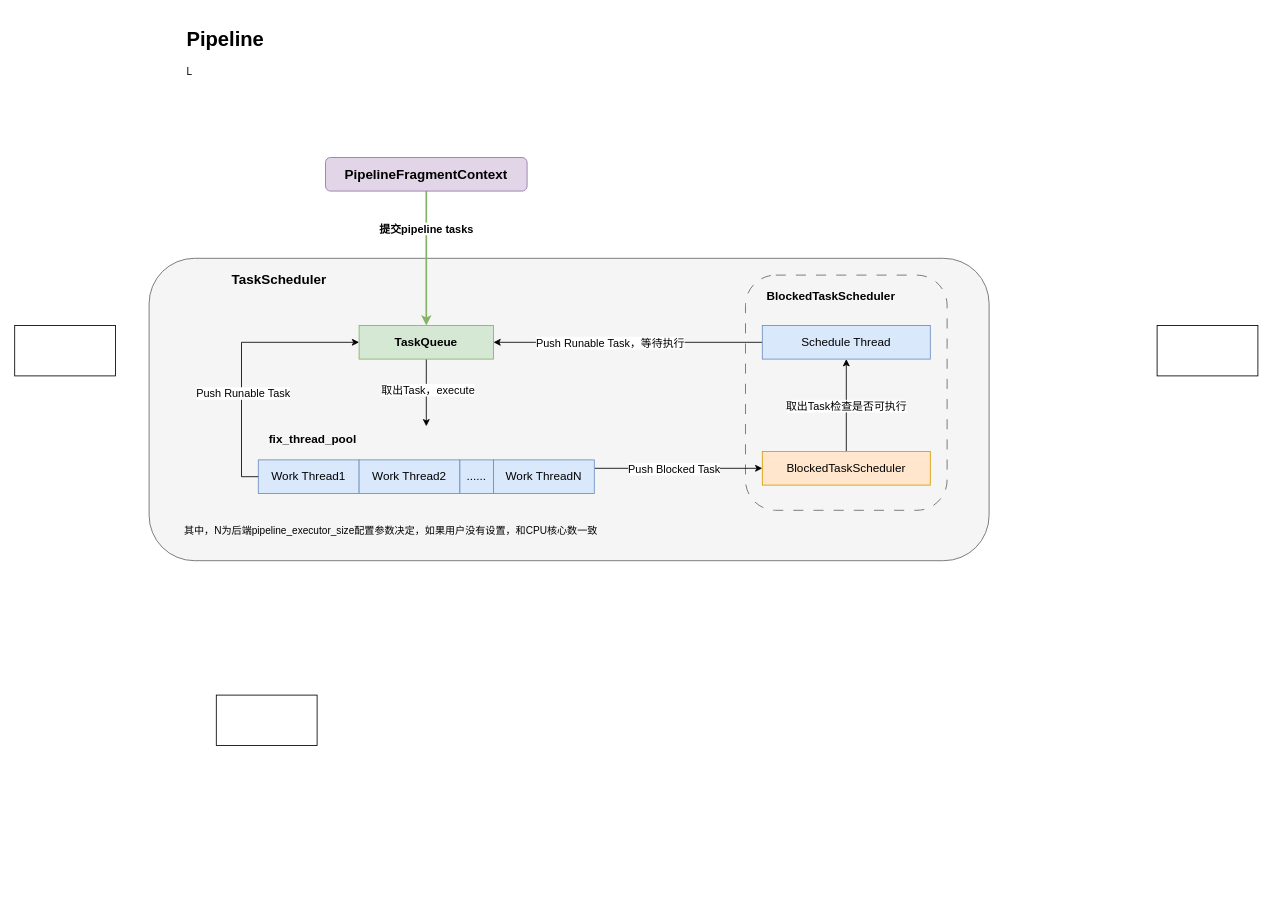
Above: page "Doris" (13 of 13) of Draw.io/DB.drawio in DepInjoy/geektime (draw.io), before the change. Source tidied: cells renumbered, new cells numbered last; positions are measured from the earlier drawing's top-left corner, leaving out a move shared by most shapes. Both pictures are drawn from the tidied source at 84%, with x=0, y=0 at pixel (14, 23).
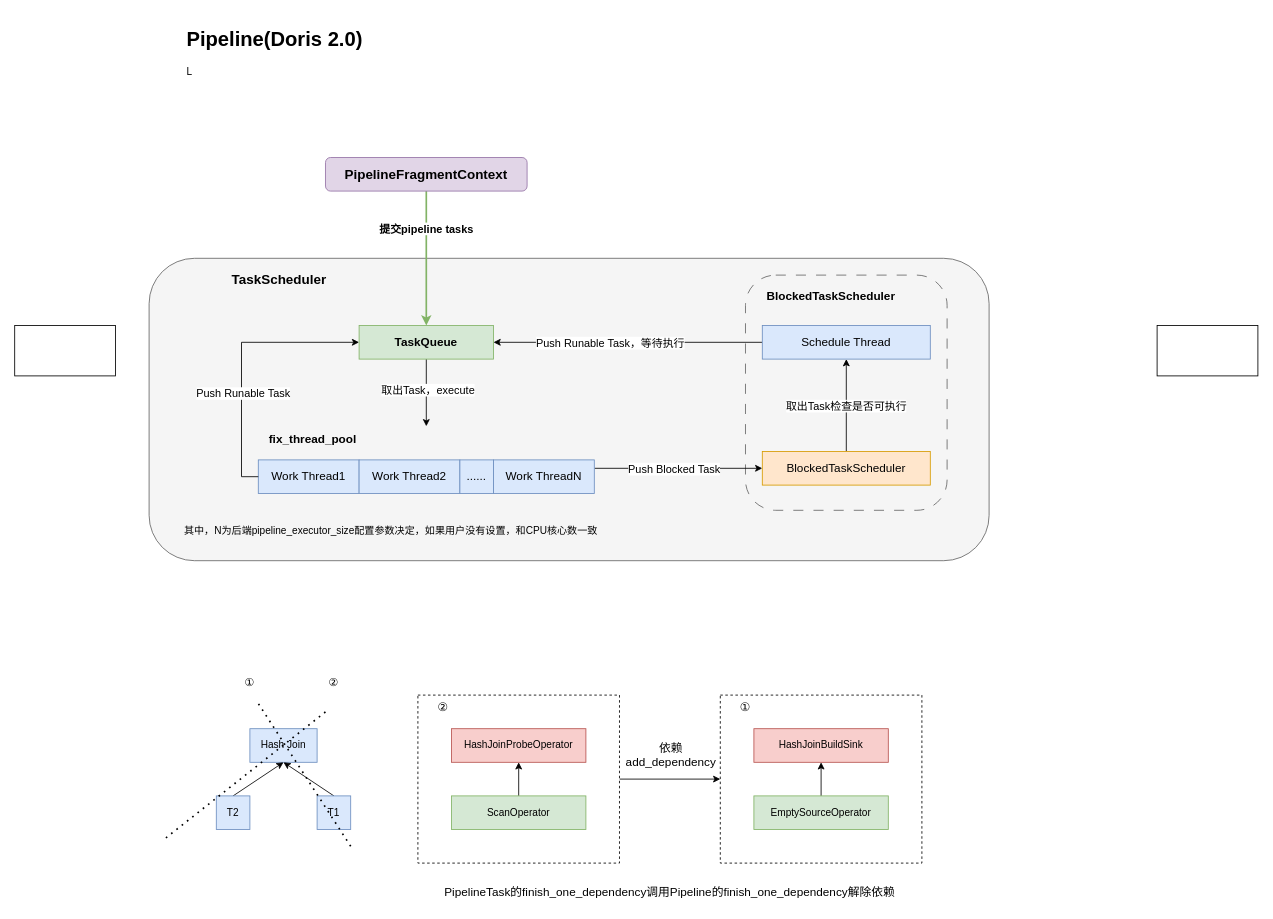
Above is the later version.

Diff of the diagram source:
```diff
@@
+    <mxCell id="35" style="rounded=0;whiteSpace=wrap;html=1;dashed=1;" parent="1" vertex="1">
+      <mxGeometry x="840" y="800" width="240" height="200" as="geometry" />
+    </mxCell>
+    <mxCell id="36" style="edgeStyle=orthogonalEdgeStyle;rounded=0;jettySize=auto;html=1;entryX=0;entryY=0.5;entryDx=0;entryDy=0;" parent="1" edge="1" source="38" target="35">
+      <mxGeometry relative="1" as="geometry" />
+    </mxCell>
+    <mxCell id="37" value="依赖&lt;br&gt;add_dependency" style="edgeLabel;html=1;align=center;verticalAlign=middle;fontSize=14;" parent="36" vertex="1">
+      <mxGeometry x="-0.25" y="1" relative="1" as="geometry">
+        <mxPoint x="15" y="-29" as="offset" />
+      </mxGeometry>
+    </mxCell>
+    <mxCell id="38" style="rounded=0;whiteSpace=wrap;html=1;dashed=1;" parent="1" vertex="1">
+      <mxGeometry x="480" y="800" width="240" height="200" as="geometry" />
+    </mxCell>
@@
-    <mxCell id="7" value="&lt;h1&gt;Pipeline&lt;/h1&gt;&lt;p&gt;L&lt;/p&gt;" style="text;html=1;strokeColor=none;fillColor=none;spacing=5;spacingTop=-20;whiteSpace=wrap;overflow=hidden;rounded=0;" parent="1" vertex="1">
+    <mxCell id="7" value="&lt;h1&gt;Pipeline(Doris 2.0)&lt;/h1&gt;&lt;p&gt;L&lt;/p&gt;" style="text;html=1;strokeColor=none;fillColor=none;spacing=5;spacingTop=-20;whiteSpace=wrap;overflow=hidden;rounded=0;" parent="1" vertex="1">
       <mxGeometry x="200" width="400" height="80" as="geometry" />
     </mxCell>
@@
-    <mxCell id="26" style="rounded=0;whiteSpace=wrap;html=1;" parent="1" vertex="1">
-      <mxGeometry x="240" y="800" width="120" height="60" as="geometry" />
+    <mxCell id="26" value="Hash Join" style="rounded=0;whiteSpace=wrap;html=1;fillColor=#dae8fc;strokeColor=#6c8ebf;" parent="1" vertex="1">
+      <mxGeometry x="280" y="840" width="80" height="40" as="geometry" />
     </mxCell>
@@
+    <mxCell id="39" style="rounded=0;jettySize=auto;html=1;exitX=0.5;exitY=0;exitDx=0;exitDy=0;entryX=0.5;entryY=1;entryDx=0;entryDy=0;" parent="1" edge="1" source="40" target="26">
+      <mxGeometry relative="1" as="geometry" />
+    </mxCell>
+    <mxCell id="40" value="T2" style="rounded=0;whiteSpace=wrap;html=1;fillColor=#dae8fc;strokeColor=#6c8ebf;" parent="1" vertex="1">
+      <mxGeometry x="240" y="920" width="40" height="40" as="geometry" />
+    </mxCell>
+    <mxCell id="41" style="rounded=0;jettySize=auto;html=1;exitX=0.5;exitY=0;exitDx=0;exitDy=0;entryX=0.5;entryY=1;entryDx=0;entryDy=0;" parent="1" edge="1" source="42" target="26">
+      <mxGeometry relative="1" as="geometry" />
+    </mxCell>
+    <mxCell id="42" value="T1" style="rounded=0;whiteSpace=wrap;html=1;fillColor=#dae8fc;strokeColor=#6c8ebf;" parent="1" vertex="1">
+      <mxGeometry x="360" y="920" width="40" height="40" as="geometry" />
+    </mxCell>
+    <mxCell id="43" style="edgeStyle=orthogonalEdgeStyle;rounded=0;jettySize=auto;html=1;exitX=0.5;exitY=0;exitDx=0;exitDy=0;entryX=0.5;entryY=1;entryDx=0;entryDy=0;" parent="1" edge="1" source="44" target="45">
+      <mxGeometry relative="1" as="geometry" />
+    </mxCell>
+    <mxCell id="44" value="EmptySourceOperator" style="rounded=0;whiteSpace=wrap;html=1;fillColor=#d5e8d4;strokeColor=#82b366;" parent="1" vertex="1">
+      <mxGeometry x="880" y="920" width="160" height="40" as="geometry" />
+    </mxCell>
+    <mxCell id="45" value="HashJoinBuildSink" style="rounded=0;whiteSpace=wrap;html=1;fillColor=#f8cecc;strokeColor=#b85450;" parent="1" vertex="1">
+      <mxGeometry x="880" y="840" width="160" height="40" as="geometry" />
+    </mxCell>
+    <mxCell id="46" style="edgeStyle=orthogonalEdgeStyle;rounded=0;jettySize=auto;html=1;exitX=0.5;exitY=0;exitDx=0;exitDy=0;entryX=0.5;entryY=1;entryDx=0;entryDy=0;" parent="1" edge="1" source="47" target="48">
+      <mxGeometry relative="1" as="geometry" />
+    </mxCell>
+    <mxCell id="47" value="ScanOperator" style="rounded=0;whiteSpace=wrap;html=1;fillColor=#d5e8d4;strokeColor=#82b366;" parent="1" vertex="1">
+      <mxGeometry x="520" y="920" width="160" height="40" as="geometry" />
+    </mxCell>
+    <mxCell id="48" value="HashJoinProbeOperator" style="rounded=0;whiteSpace=wrap;html=1;fillColor=#f8cecc;strokeColor=#b85450;" parent="1" vertex="1">
+      <mxGeometry x="520" y="840" width="160" height="40" as="geometry" />
+    </mxCell>
+    <mxCell id="49" value="&lt;font style=&quot;font-size: 14px;&quot;&gt;①&lt;/font&gt;" style="text;html=1;strokeColor=none;fillColor=none;align=center;verticalAlign=middle;whiteSpace=wrap;rounded=0;" parent="1" vertex="1">
+      <mxGeometry x="840" y="800" width="60" height="30" as="geometry" />
+    </mxCell>
+    <mxCell id="50" value="&lt;font style=&quot;font-size: 14px;&quot;&gt;②&lt;/font&gt;" style="text;html=1;strokeColor=none;fillColor=none;align=center;verticalAlign=middle;whiteSpace=wrap;rounded=0;" parent="1" vertex="1">
+      <mxGeometry x="480" y="800" width="60" height="30" as="geometry" />
+    </mxCell>
+    <mxCell id="51" style="endArrow=none;dashed=1;html=1;dashPattern=1 3;strokeWidth=2;rounded=0;" parent="1" edge="1">
+      <mxGeometry relative="1" as="geometry">
+        <mxPoint x="400" y="980" as="sourcePoint" />
+        <mxPoint x="290" y="810" as="targetPoint" />
+      </mxGeometry>
+    </mxCell>
+    <mxCell id="52" style="endArrow=none;dashed=1;html=1;dashPattern=1 3;strokeWidth=2;rounded=0;" parent="1" edge="1">
+      <mxGeometry relative="1" as="geometry">
+        <mxPoint x="180" y="970" as="sourcePoint" />
+        <mxPoint x="370" y="820" as="targetPoint" />
+      </mxGeometry>
+    </mxCell>
+    <mxCell id="53" value="&lt;font style=&quot;font-size: 14px;&quot;&gt;PipelineTask的finish_one_dependency调用Pipeline的finish_one_dependency解除依赖&lt;/font&gt;" style="text;html=1;strokeColor=none;fillColor=none;align=center;verticalAlign=middle;whiteSpace=wrap;rounded=0;" parent="1" vertex="1">
+      <mxGeometry x="480" y="1020" width="600" height="30" as="geometry" />
+    </mxCell>
+    <mxCell id="54" value="①" style="text;html=1;strokeColor=none;fillColor=none;align=center;verticalAlign=middle;whiteSpace=wrap;rounded=0;fontSize=13;" parent="1" vertex="1">
+      <mxGeometry x="250" y="770" width="60" height="30" as="geometry" />
+    </mxCell>
+    <mxCell id="55" value="②" style="text;html=1;strokeColor=none;fillColor=none;align=center;verticalAlign=middle;whiteSpace=wrap;rounded=0;fontSize=13;" parent="1" vertex="1">
+      <mxGeometry x="350" y="770" width="60" height="30" as="geometry" />
+    </mxCell>
```
